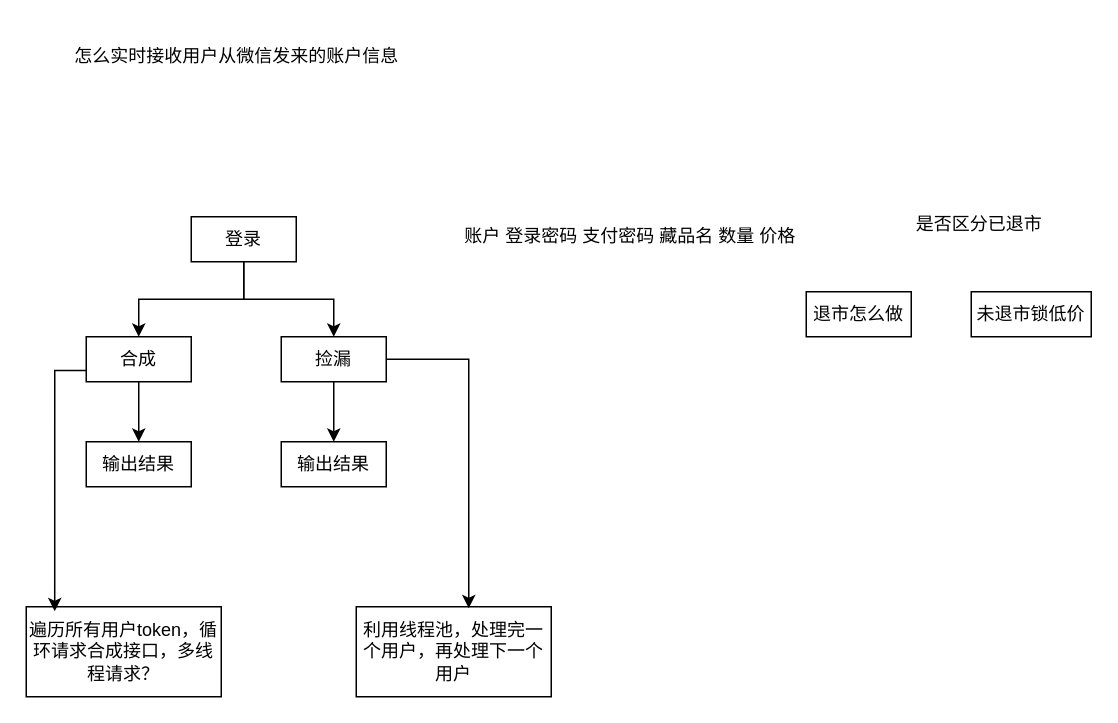
herott-ai/Coco keeps this draw.io diagram as buy.drawio. Above is the earlier version. Source tidied: cells renumbered, new cells numbered last; positions are measured from the earlier drawing's top-left corner, leaving out a move shared by most shapes. Both pictures are drawn from the tidied source at 150%, with x=0, y=0 at pixel (26, 33).
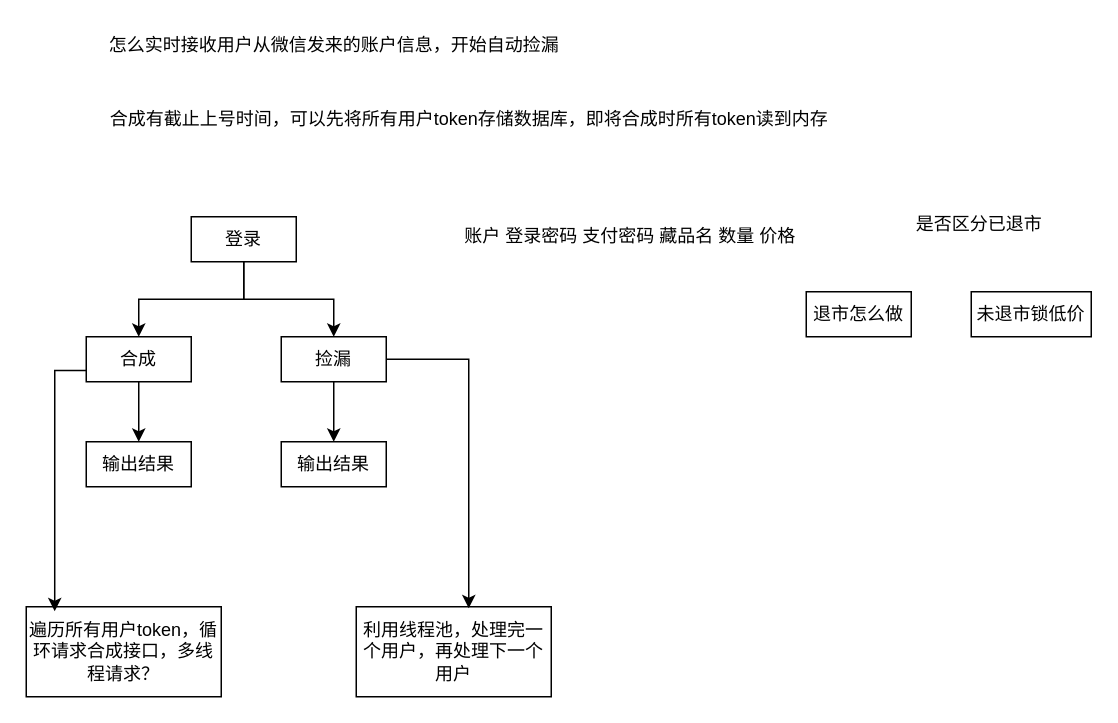
The same page after the edit.

Diff of the diagram source:
```diff
@@
-    <mxCell id="13" value="怎么实时接收用户从微信发来的账户信息" style="text;html=1;align=center;verticalAlign=middle;strokeColor=none;fillColor=none;" parent="1" vertex="1">
-      <mxGeometry x="20" width="240" height="30" as="geometry" />
+    <mxCell id="13" value="怎么实时接收用户从微信发来的账户信息，开始自动捡漏&lt;div&gt;&lt;br&gt;&lt;/div&gt;" style="text;html=1;align=center;verticalAlign=middle;strokeColor=none;fillColor=none;" parent="1" vertex="1">
+      <mxGeometry x="45" y="-5" width="320" height="40" as="geometry" />
     </mxCell>
@@
+    <mxCell id="20" value="合成有截止上号时间，可以先将所有用户token存储数据库，即将合成时所有token读到内存" style="text;html=1;align=center;verticalAlign=middle;strokeColor=none;fillColor=none;" parent="1" vertex="1">
+      <mxGeometry x="45" y="42" width="500" height="30" as="geometry" />
+    </mxCell>
```
